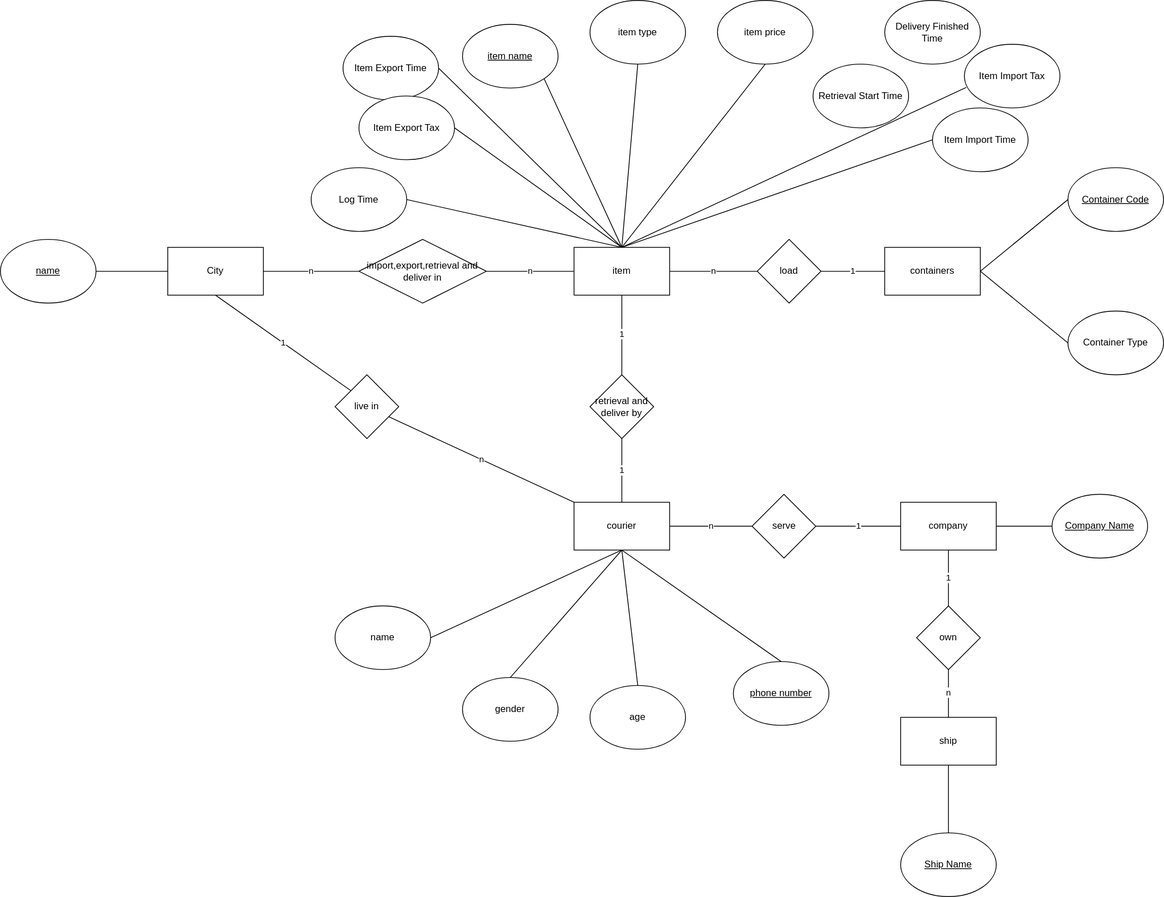
The draw.io diagram er.svg in lnsxy/CS307_project1, before a commit. Source tidied: cells renumbered, new cells last; positions are measured from the earlier drawing's top-left corner, leaving out a move shared by most shapes.
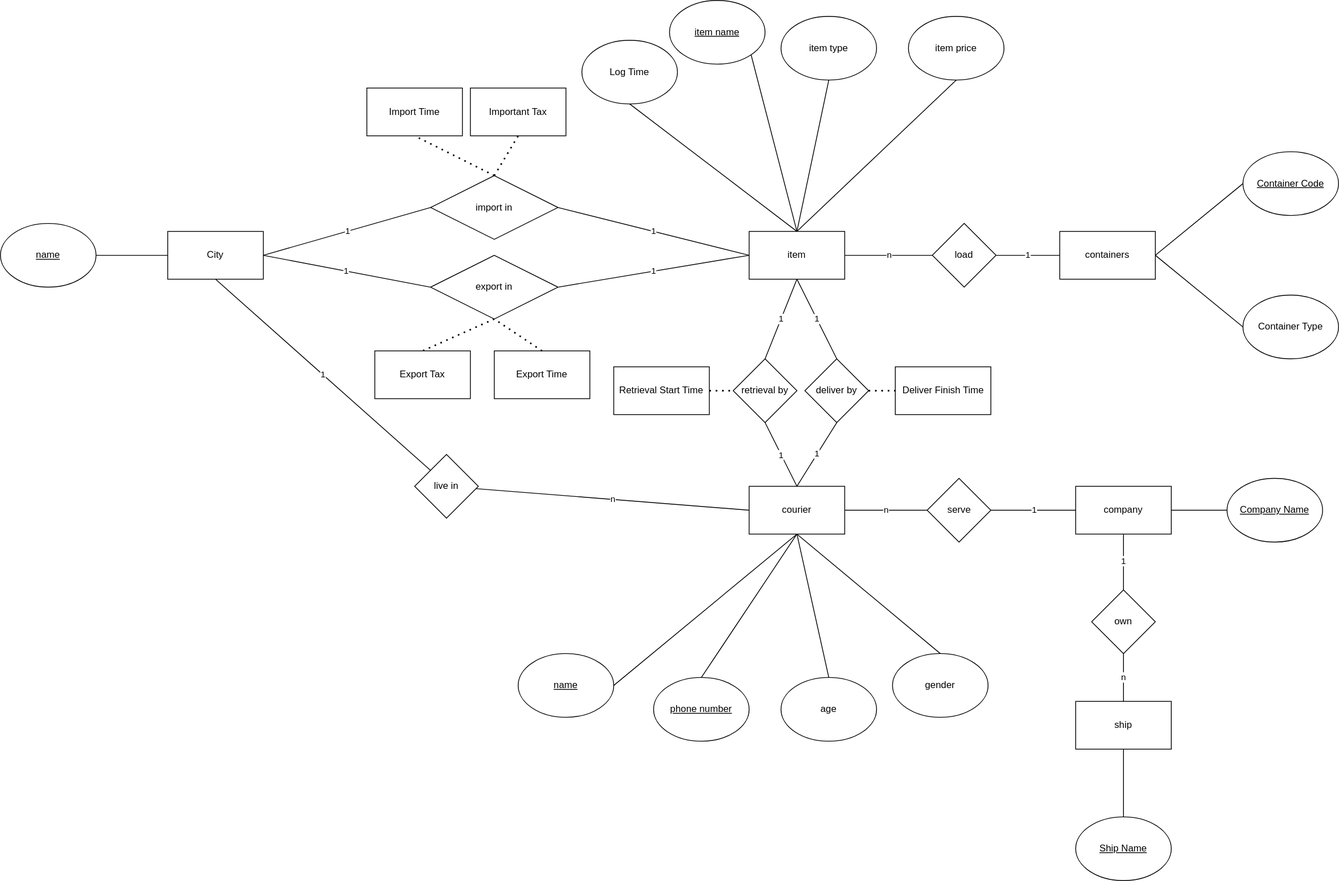
The same diagram one commit later.

Diff of the diagram source:
```diff
@@ -6,19 +6,19 @@
       <mxGeometry x="720" y="310" width="120" height="60" as="geometry" />
     </mxCell>
     <mxCell id="3" value="item name" style="ellipse;whiteSpace=wrap;html=1;fontStyle=4;" parent="1" vertex="1">
-      <mxGeometry x="580" y="30" width="120" height="80" as="geometry" />
+      <mxGeometry x="620" y="20" width="120" height="80" as="geometry" />
     </mxCell>
     <mxCell id="4" style="endArrow=none;html=1;entryX=1;entryY=1;entryDx=0;entryDy=0;exitX=0.5;exitY=0;exitDx=0;exitDy=0;" parent="1" edge="1" source="2" target="3">
       <mxGeometry relative="1" as="geometry" />
     </mxCell>
     <mxCell id="5" value="item type" style="ellipse;whiteSpace=wrap;html=1;" parent="1" vertex="1">
-      <mxGeometry x="740" width="120" height="80" as="geometry" />
+      <mxGeometry x="760" y="40" width="120" height="80" as="geometry" />
     </mxCell>
     <mxCell id="6" style="endArrow=none;html=1;exitX=0.5;exitY=1;exitDx=0;exitDy=0;entryX=0.5;entryY=0;entryDx=0;entryDy=0;" parent="1" edge="1" source="5" target="2">
       <mxGeometry relative="1" as="geometry" />
     </mxCell>
     <mxCell id="7" value="item price" style="ellipse;whiteSpace=wrap;html=1;" parent="1" vertex="1">
-      <mxGeometry x="900" width="120" height="80" as="geometry" />
+      <mxGeometry x="920" y="40" width="120" height="80" as="geometry" />
     </mxCell>
     <mxCell id="8" style="endArrow=none;html=1;exitX=0.5;exitY=0;exitDx=0;exitDy=0;entryX=0.5;entryY=1;entryDx=0;entryDy=0;" parent="1" edge="1" source="2" target="7">
       <mxGeometry relative="1" as="geometry" />
@@ -40,20 +40,17 @@
     <mxCell id="13" value="containers" style="rounded=0;whiteSpace=wrap;html=1;" parent="1" vertex="1">
       <mxGeometry x="1110" y="310" width="120" height="60" as="geometry" />
     </mxCell>
-    <mxCell id="14" value="&#10;&#10;Retrieval Start Time&#10;&#10;" style="ellipse;whiteSpace=wrap;html=1;" parent="1" vertex="1">
-      <mxGeometry x="1020" y="80" width="120" height="80" as="geometry" />
-    </mxCell>
-    <mxCell id="15" value="name" style="ellipse;whiteSpace=wrap;html=1;" parent="1" vertex="1">
-      <mxGeometry x="420" y="760" width="120" height="80" as="geometry" />
+    <mxCell id="15" value="&lt;u&gt;name&lt;/u&gt;" style="ellipse;whiteSpace=wrap;html=1;" parent="1" vertex="1">
+      <mxGeometry x="430" y="840" width="120" height="80" as="geometry" />
     </mxCell>
     <mxCell id="16" value="gender" style="ellipse;whiteSpace=wrap;html=1;" parent="1" vertex="1">
-      <mxGeometry x="580" y="850" width="120" height="80" as="geometry" />
+      <mxGeometry x="900" y="840" width="120" height="80" as="geometry" />
     </mxCell>
     <mxCell id="17" value="age" style="ellipse;whiteSpace=wrap;html=1;" parent="1" vertex="1">
-      <mxGeometry x="740" y="860" width="120" height="80" as="geometry" />
+      <mxGeometry x="760" y="870" width="120" height="80" as="geometry" />
     </mxCell>
     <mxCell id="18" value="phone number" style="ellipse;whiteSpace=wrap;html=1;fontStyle=4;" parent="1" vertex="1">
-      <mxGeometry x="920" y="830" width="120" height="80" as="geometry" />
+      <mxGeometry x="600" y="870" width="120" height="80" as="geometry" />
     </mxCell>
     <mxCell id="19" style="endArrow=none;html=1;entryX=0.5;entryY=0;entryDx=0;entryDy=0;exitX=0.5;exitY=1;exitDx=0;exitDy=0;" parent="1" edge="1" source="10" target="18">
       <mxGeometry relative="1" as="geometry" />
@@ -67,21 +64,6 @@
     <mxCell id="22" style="endArrow=none;html=1;exitX=0.5;exitY=0;exitDx=0;exitDy=0;entryX=0.5;entryY=1;entryDx=0;entryDy=0;" parent="1" edge="1" source="17" target="10">
       <mxGeometry relative="1" as="geometry" />
     </mxCell>
-    <mxCell id="23" value="Delivery Finished Time" style="ellipse;whiteSpace=wrap;html=1;" parent="1" vertex="1">
-      <mxGeometry x="1110" width="120" height="80" as="geometry" />
-    </mxCell>
-    <mxCell id="24" value="Item Import Time" style="ellipse;whiteSpace=wrap;html=1;" parent="1" vertex="1">
-      <mxGeometry x="1170" y="135" width="120" height="80" as="geometry" />
-    </mxCell>
-    <mxCell id="25" value="Item Import Tax" style="ellipse;whiteSpace=wrap;html=1;" parent="1" vertex="1">
-      <mxGeometry x="1210" y="55" width="120" height="80" as="geometry" />
-    </mxCell>
-    <mxCell id="26" value="Item Export Time" style="ellipse;whiteSpace=wrap;html=1;" parent="1" vertex="1">
-      <mxGeometry x="430" y="45" width="120" height="80" as="geometry" />
-    </mxCell>
-    <mxCell id="27" value="Item Export Tax" style="ellipse;whiteSpace=wrap;html=1;" parent="1" vertex="1">
-      <mxGeometry x="450" y="120" width="120" height="80" as="geometry" />
-    </mxCell>
     <mxCell id="28" value="Container Code" style="ellipse;whiteSpace=wrap;html=1;fontStyle=4;" parent="1" vertex="1">
       <mxGeometry x="1340" y="210" width="120" height="80" as="geometry" />
     </mxCell>
@@ -101,7 +83,7 @@
       <mxGeometry x="1320" y="620" width="120" height="80" as="geometry" />
     </mxCell>
     <mxCell id="34" value="Log Time" style="ellipse;whiteSpace=wrap;html=1;" parent="1" vertex="1">
-      <mxGeometry x="390" y="210" width="120" height="80" as="geometry" />
+      <mxGeometry x="510" y="70" width="120" height="80" as="geometry" />
     </mxCell>
     <mxCell id="35" style="endArrow=none;html=1;exitX=0.5;exitY=0;exitDx=0;exitDy=0;entryX=0.5;entryY=1;entryDx=0;entryDy=0;" parent="1" edge="1" source="32" target="12">
       <mxGeometry relative="1" as="geometry" />
@@ -125,10 +107,10 @@
       <mxGeometry relative="1" as="geometry" />
     </mxCell>
     <mxCell id="42" value="City" style="rounded=0;whiteSpace=wrap;html=1;" parent="1" vertex="1">
-      <mxGeometry x="210" y="310" width="120" height="60" as="geometry" />
+      <mxGeometry x="-10" y="310" width="120" height="60" as="geometry" />
     </mxCell>
-    <mxCell id="43" value="retrieval and deliver by" style="rhombus;whiteSpace=wrap;html=1;" parent="1" vertex="1">
-      <mxGeometry x="740" y="470" width="80" height="80" as="geometry" />
+    <mxCell id="43" value="retrieval by" style="rhombus;whiteSpace=wrap;html=1;" parent="1" vertex="1">
+      <mxGeometry x="700" y="470" width="80" height="80" as="geometry" />
     </mxCell>
     <mxCell id="44" value="1" style="endArrow=none;html=1;exitX=0.5;exitY=0;exitDx=0;exitDy=0;entryX=0.5;entryY=1;entryDx=0;entryDy=0;" parent="1" edge="1" source="43" target="2">
       <mxGeometry relative="1" as="geometry" />
@@ -145,53 +127,91 @@
     <mxCell id="48" value="1" style="endArrow=none;html=1;exitX=1;exitY=0.5;exitDx=0;exitDy=0;entryX=0;entryY=0.5;entryDx=0;entryDy=0;" parent="1" edge="1" source="46" target="13">
       <mxGeometry relative="1" as="geometry" />
     </mxCell>
-    <mxCell id="49" style="endArrow=none;html=1;exitX=1;exitY=0.5;exitDx=0;exitDy=0;entryX=0.5;entryY=0;entryDx=0;entryDy=0;" parent="1" edge="1" source="26" target="2">
-      <mxGeometry relative="1" as="geometry" />
-    </mxCell>
-    <mxCell id="50" style="endArrow=none;html=1;exitX=0;exitY=0.5;exitDx=0;exitDy=0;" parent="1" edge="1" source="24">
-      <mxGeometry relative="1" as="geometry">
-        <mxPoint x="780" y="310" as="targetPoint" />
-      </mxGeometry>
-    </mxCell>
-    <mxCell id="51" style="endArrow=none;html=1;exitX=0.5;exitY=0;exitDx=0;exitDy=0;entryX=0.019;entryY=0.678;entryDx=0;entryDy=0;entryPerimeter=0;" parent="1" edge="1" source="2" target="25">
-      <mxGeometry relative="1" as="geometry" />
-    </mxCell>
-    <mxCell id="52" style="endArrow=none;html=1;exitX=1;exitY=0.5;exitDx=0;exitDy=0;" parent="1" edge="1" source="27">
-      <mxGeometry relative="1" as="geometry">
-        <mxPoint x="780" y="310" as="targetPoint" />
-      </mxGeometry>
-    </mxCell>
-    <mxCell id="53" value="import,export,retrieval and deliver in" style="rhombus;whiteSpace=wrap;html=1;" parent="1" vertex="1">
-      <mxGeometry x="450" y="300" width="160" height="80" as="geometry" />
+    <mxCell id="53" value="import in" style="rhombus;whiteSpace=wrap;html=1;" parent="1" vertex="1">
+      <mxGeometry x="320" y="240" width="160" height="80" as="geometry" />
     </mxCell>
-    <mxCell id="54" value="n" style="endArrow=none;html=1;exitX=1;exitY=0.5;exitDx=0;exitDy=0;" parent="1" edge="1" source="53">
+    <mxCell id="54" value="1" style="endArrow=none;html=1;exitX=1;exitY=0.5;exitDx=0;exitDy=0;" parent="1" edge="1" source="53">
       <mxGeometry relative="1" as="geometry">
         <mxPoint x="720" y="340" as="targetPoint" />
       </mxGeometry>
     </mxCell>
-    <mxCell id="55" value="n" style="endArrow=none;html=1;exitX=1;exitY=0.5;exitDx=0;exitDy=0;entryX=0;entryY=0.5;entryDx=0;entryDy=0;" parent="1" edge="1" source="42" target="53">
+    <mxCell id="55" value="1" style="endArrow=none;html=1;exitX=1;exitY=0.5;exitDx=0;exitDy=0;entryX=0;entryY=0.5;entryDx=0;entryDy=0;" parent="1" edge="1" source="42" target="53">
       <mxGeometry relative="1" as="geometry" />
     </mxCell>
-    <mxCell id="56" value="n" style="endArrow=none;html=1;exitX=0;exitY=0;exitDx=0;exitDy=0;" parent="1" edge="1" source="10" target="57">
+    <mxCell id="56" value="n" style="endArrow=none;html=1;exitX=0;exitY=0.5;exitDx=0;exitDy=0;" parent="1" edge="1" source="10" target="57">
       <mxGeometry relative="1" as="geometry" />
     </mxCell>
     <mxCell id="57" value="live in" style="rhombus;whiteSpace=wrap;html=1;" parent="1" vertex="1">
-      <mxGeometry x="420" y="470" width="80" height="80" as="geometry" />
+      <mxGeometry x="300" y="590" width="80" height="80" as="geometry" />
     </mxCell>
     <mxCell id="58" value="1" style="endArrow=none;html=1;exitX=0;exitY=0;exitDx=0;exitDy=0;entryX=0.5;entryY=1;entryDx=0;entryDy=0;" parent="1" edge="1" source="57" target="42">
       <mxGeometry relative="1" as="geometry" />
     </mxCell>
-    <mxCell id="59" style="endArrow=none;html=1;exitX=1;exitY=0.5;exitDx=0;exitDy=0;entryX=0.5;entryY=0;entryDx=0;entryDy=0;" parent="1" edge="1" source="34" target="2">
+    <mxCell id="59" style="endArrow=none;html=1;exitX=0.5;exitY=1;exitDx=0;exitDy=0;entryX=0.5;entryY=0;entryDx=0;entryDy=0;" parent="1" edge="1" source="34" target="2">
       <mxGeometry relative="1" as="geometry" />
     </mxCell>
     <mxCell id="60" style="endArrow=none;html=1;exitX=1;exitY=0.5;exitDx=0;exitDy=0;entryX=0;entryY=0.5;entryDx=0;entryDy=0;" parent="1" edge="1" source="11" target="33">
       <mxGeometry relative="1" as="geometry" />
     </mxCell>
     <mxCell id="61" value="name" style="ellipse;whiteSpace=wrap;html=1;fontStyle=4;" parent="1" vertex="1">
-      <mxGeometry y="300" width="120" height="80" as="geometry" />
+      <mxGeometry x="-220" y="300" width="120" height="80" as="geometry" />
     </mxCell>
     <mxCell id="62" style="endArrow=none;html=1;exitX=1;exitY=0.5;exitDx=0;exitDy=0;entryX=0;entryY=0.5;entryDx=0;entryDy=0;" parent="1" edge="1" source="61" target="42">
       <mxGeometry relative="1" as="geometry" />
     </mxCell>
+    <mxCell id="14" value="Retrieval Start Time" style="rounded=0;whiteSpace=wrap;html=1;" parent="1" vertex="1">
+      <mxGeometry x="550" y="480" width="120" height="60" as="geometry" />
+    </mxCell>
+    <mxCell id="63" style="endArrow=none;dashed=1;html=1;dashPattern=1 3;strokeWidth=2;exitX=1;exitY=0.5;exitDx=0;exitDy=0;entryX=0;entryY=0.5;entryDx=0;entryDy=0;" parent="1" edge="1" source="14" target="43">
+      <mxGeometry relative="1" as="geometry" />
+    </mxCell>
+    <mxCell id="64" value="Deliver Finish Time" style="rounded=0;whiteSpace=wrap;html=1;" parent="1" vertex="1">
+      <mxGeometry x="903.5" y="480" width="120" height="60" as="geometry" />
+    </mxCell>
+    <mxCell id="65" style="endArrow=none;dashed=1;html=1;dashPattern=1 3;strokeWidth=2;exitX=1;exitY=0.5;exitDx=0;exitDy=0;entryX=0;entryY=0.5;entryDx=0;entryDy=0;" parent="1" edge="1" source="77" target="64">
+      <mxGeometry relative="1" as="geometry" />
+    </mxCell>
+    <mxCell id="66" value="Import Time" style="rounded=0;whiteSpace=wrap;html=1;" parent="1" vertex="1">
+      <mxGeometry x="240" y="130" width="120" height="60" as="geometry" />
+    </mxCell>
+    <mxCell id="67" style="endArrow=none;dashed=1;html=1;dashPattern=1 3;strokeWidth=2;exitX=0.5;exitY=0;exitDx=0;exitDy=0;entryX=0.5;entryY=1;entryDx=0;entryDy=0;" parent="1" edge="1" source="53" target="66">
+      <mxGeometry relative="1" as="geometry" />
+    </mxCell>
+    <mxCell id="68" value="Export Time" style="rounded=0;whiteSpace=wrap;html=1;" parent="1" vertex="1">
+      <mxGeometry x="400" y="460" width="120" height="60" as="geometry" />
+    </mxCell>
+    <mxCell id="69" value="Important Tax" style="rounded=0;whiteSpace=wrap;html=1;" parent="1" vertex="1">
+      <mxGeometry x="370" y="130" width="120" height="60" as="geometry" />
+    </mxCell>
+    <mxCell id="70" style="endArrow=none;dashed=1;html=1;dashPattern=1 3;strokeWidth=2;exitX=0.5;exitY=0;exitDx=0;exitDy=0;entryX=0.5;entryY=1;entryDx=0;entryDy=0;" parent="1" edge="1" source="53" target="69">
+      <mxGeometry relative="1" as="geometry" />
+    </mxCell>
+    <mxCell id="71" style="endArrow=none;dashed=1;html=1;dashPattern=1 3;strokeWidth=2;entryX=0.5;entryY=0;entryDx=0;entryDy=0;exitX=0.5;exitY=1;exitDx=0;exitDy=0;" parent="1" edge="1" source="74" target="72">
+      <mxGeometry relative="1" as="geometry" />
+    </mxCell>
+    <mxCell id="72" value="Export Tax" style="rounded=0;whiteSpace=wrap;html=1;" parent="1" vertex="1">
+      <mxGeometry x="250" y="460" width="120" height="60" as="geometry" />
+    </mxCell>
+    <mxCell id="73" style="endArrow=none;dashed=1;html=1;dashPattern=1 3;strokeWidth=2;exitX=0.5;exitY=0;exitDx=0;exitDy=0;entryX=0.5;entryY=1;entryDx=0;entryDy=0;" parent="1" edge="1" source="68" target="74">
+      <mxGeometry relative="1" as="geometry" />
+    </mxCell>
+    <mxCell id="74" value="export in" style="rhombus;whiteSpace=wrap;html=1;" parent="1" vertex="1">
+      <mxGeometry x="320" y="340" width="160" height="80" as="geometry" />
+    </mxCell>
+    <mxCell id="75" value="1" style="endArrow=none;html=1;exitX=1;exitY=0.5;exitDx=0;exitDy=0;entryX=0;entryY=0.5;entryDx=0;entryDy=0;" parent="1" edge="1" source="42" target="74">
+      <mxGeometry relative="1" as="geometry" />
+    </mxCell>
+    <mxCell id="76" value="1" style="endArrow=none;html=1;entryX=0;entryY=0.5;entryDx=0;entryDy=0;exitX=1;exitY=0.5;exitDx=0;exitDy=0;" parent="1" edge="1" source="74" target="2">
+      <mxGeometry relative="1" as="geometry" />
+    </mxCell>
+    <mxCell id="77" value="deliver by" style="rhombus;whiteSpace=wrap;html=1;" parent="1" vertex="1">
+      <mxGeometry x="790" y="470" width="80" height="80" as="geometry" />
+    </mxCell>
+    <mxCell id="78" value="1" style="endArrow=none;html=1;entryX=0.5;entryY=1;entryDx=0;entryDy=0;exitX=0.5;exitY=0;exitDx=0;exitDy=0;" parent="1" edge="1" source="77" target="2">
+      <mxGeometry relative="1" as="geometry" />
+    </mxCell>
+    <mxCell id="79" value="1" style="endArrow=none;html=1;entryX=0.5;entryY=1;entryDx=0;entryDy=0;exitX=0.5;exitY=0;exitDx=0;exitDy=0;" parent="1" edge="1" source="10" target="77">
+      <mxGeometry relative="1" as="geometry" />
+    </mxCell>
   </root>
 </mxGraphModel>
```
